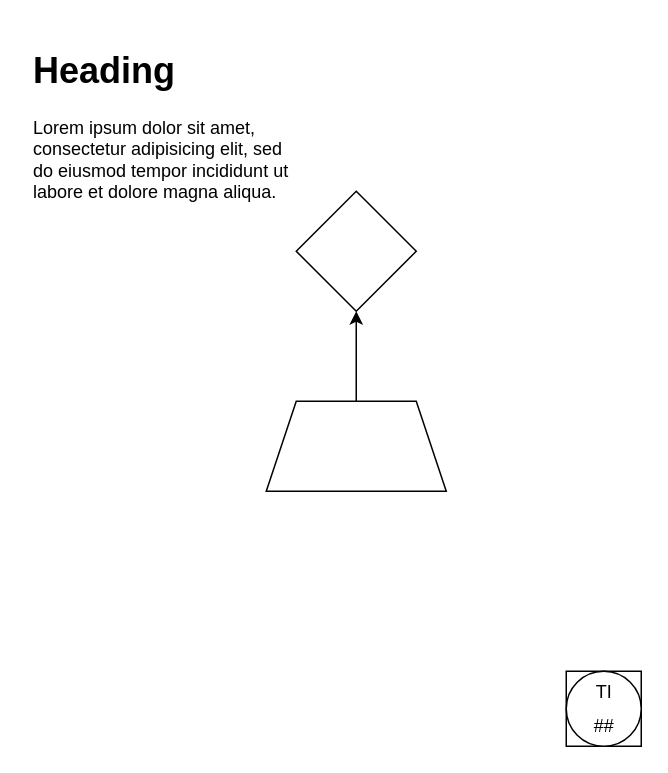
Above: doc/EmlProjectLib.drawio in ErnstMLuebeck/EmlProjectLib (draw.io), before the change. Source tidied: cells renumbered, new cells numbered last; positions are measured from the earlier drawing's top-left corner, leaving out a move shared by most shapes. Both pictures are drawn from the tidied source at 150%, with x=0, y=0 at pixel (26, 40).
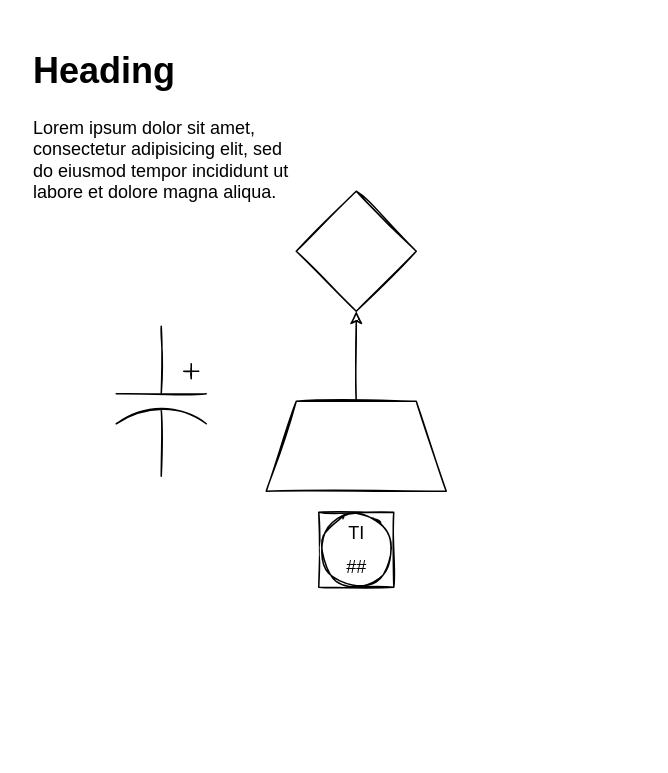
After the change.

What changed in the source:
```diff
@@
 <mxGraphModel>
   <root>
     <mxCell id="0" />
     <mxCell id="1" parent="0" />
-    <mxCell id="2" style="rhombus;whiteSpace=wrap;html=1;" parent="1" vertex="1">
+    <mxCell id="2" style="rhombus;whiteSpace=wrap;html=1;sketch=1;" parent="1" vertex="1">
       <mxGeometry x="180" y="100" width="80" height="80" as="geometry" />
     </mxCell>
-    <mxCell id="3" style="edgeStyle=orthogonalEdgeStyle;rounded=0;jettySize=auto;html=1;" parent="1" edge="1" source="4" target="2">
+    <mxCell id="3" style="edgeStyle=orthogonalEdgeStyle;rounded=0;jettySize=auto;html=1;sketch=1;" parent="1" edge="1" source="4" target="2">
       <mxGeometry relative="1" as="geometry" />
     </mxCell>
-    <mxCell id="4" style="shape=trapezoid;perimeter=trapezoidPerimeter;whiteSpace=wrap;html=1;fixedSize=1;" parent="1" vertex="1">
+    <mxCell id="4" style="shape=trapezoid;perimeter=trapezoidPerimeter;whiteSpace=wrap;html=1;fixedSize=1;sketch=1;" parent="1" vertex="1">
       <mxGeometry x="160" y="240" width="120" height="60" as="geometry" />
     </mxCell>
-    <mxCell id="5" value="&lt;h1&gt;Heading&lt;/h1&gt;&lt;p&gt;Lorem ipsum dolor sit amet, consectetur adipisicing elit, sed do eiusmod tempor incididunt ut labore et dolore magna aliqua.&lt;/p&gt;" style="text;html=1;strokeColor=none;fillColor=none;spacing=5;spacingTop=-20;whiteSpace=wrap;overflow=hidden;rounded=0;" parent="1" vertex="1">
+    <mxCell id="5" value="&lt;h1&gt;Heading&lt;/h1&gt;&lt;p&gt;Lorem ipsum dolor sit amet, consectetur adipisicing elit, sed do eiusmod tempor incididunt ut labore et dolore magna aliqua.&lt;/p&gt;" style="text;html=1;strokeColor=none;fillColor=none;spacing=5;spacingTop=-20;whiteSpace=wrap;overflow=hidden;rounded=0;sketch=1;" parent="1" vertex="1">
       <mxGeometry width="190" height="120" as="geometry" />
     </mxCell>
-    <mxCell id="6" value="&lt;table cellpadding=&quot;4&quot; cellspacing=&quot;0&quot; border=&quot;0&quot; style=&quot;font-size:1em;width:100%;height:100%;&quot;&gt;&lt;tr&gt;&lt;td&gt;TI&lt;/td&gt;&lt;/tr&gt;&lt;tr&gt;&lt;td&gt;##&lt;/td&gt;&lt;/table&gt; " style="html=1;align=center;dashed=0;shape=mxgraph.pid2inst.sharedCont;mounting=field;" parent="1" vertex="1">
-      <mxGeometry x="360" y="420" width="50" height="50" as="geometry" />
+    <mxCell id="6" value="&lt;table cellpadding=&quot;4&quot; cellspacing=&quot;0&quot; border=&quot;0&quot; style=&quot;font-size:1em;width:100%;height:100%;&quot;&gt;&lt;tr&gt;&lt;td&gt;TI&lt;/td&gt;&lt;/tr&gt;&lt;tr&gt;&lt;td&gt;##&lt;/td&gt;&lt;/table&gt; " style="html=1;align=center;dashed=0;shape=mxgraph.pid2inst.sharedCont;mounting=field;sketch=1;" parent="1" vertex="1">
+      <mxGeometry x="195" y="314" width="50" height="50" as="geometry" />
     </mxCell>
+    <mxCell id="7" style="verticalLabelPosition=bottom;shadow=0;dashed=0;align=center;html=1;verticalAlign=top;shape=mxgraph.electrical.capacitors.capacitor_3;rotation=90;sketch=1;" parent="1" vertex="1">
+      <mxGeometry x="40" y="210" width="100" height="60" as="geometry" />
+    </mxCell>
   </root>
 </mxGraphModel>
```
